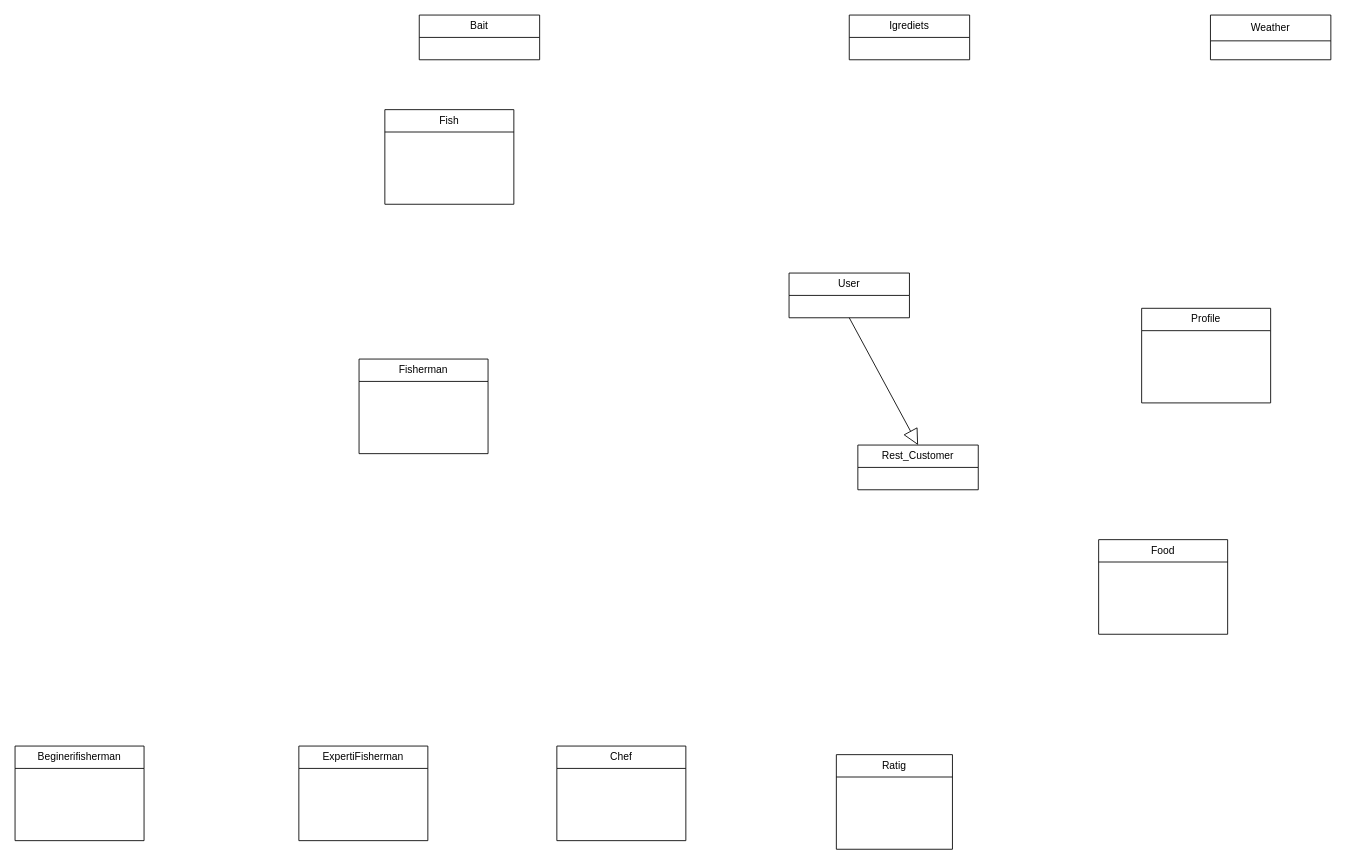
This is domain model - kostas.drawio from TMCEID/SoftEngFishApp, a draw.io file, before an edit. Source tidied: cells renumbered, new cells numbered last; positions are measured from the earlier drawing's top-left corner, leaving out a move shared by most shapes. Both pictures are drawn from the tidied source at 86%, with x=0, y=0 at pixel (15, 15).
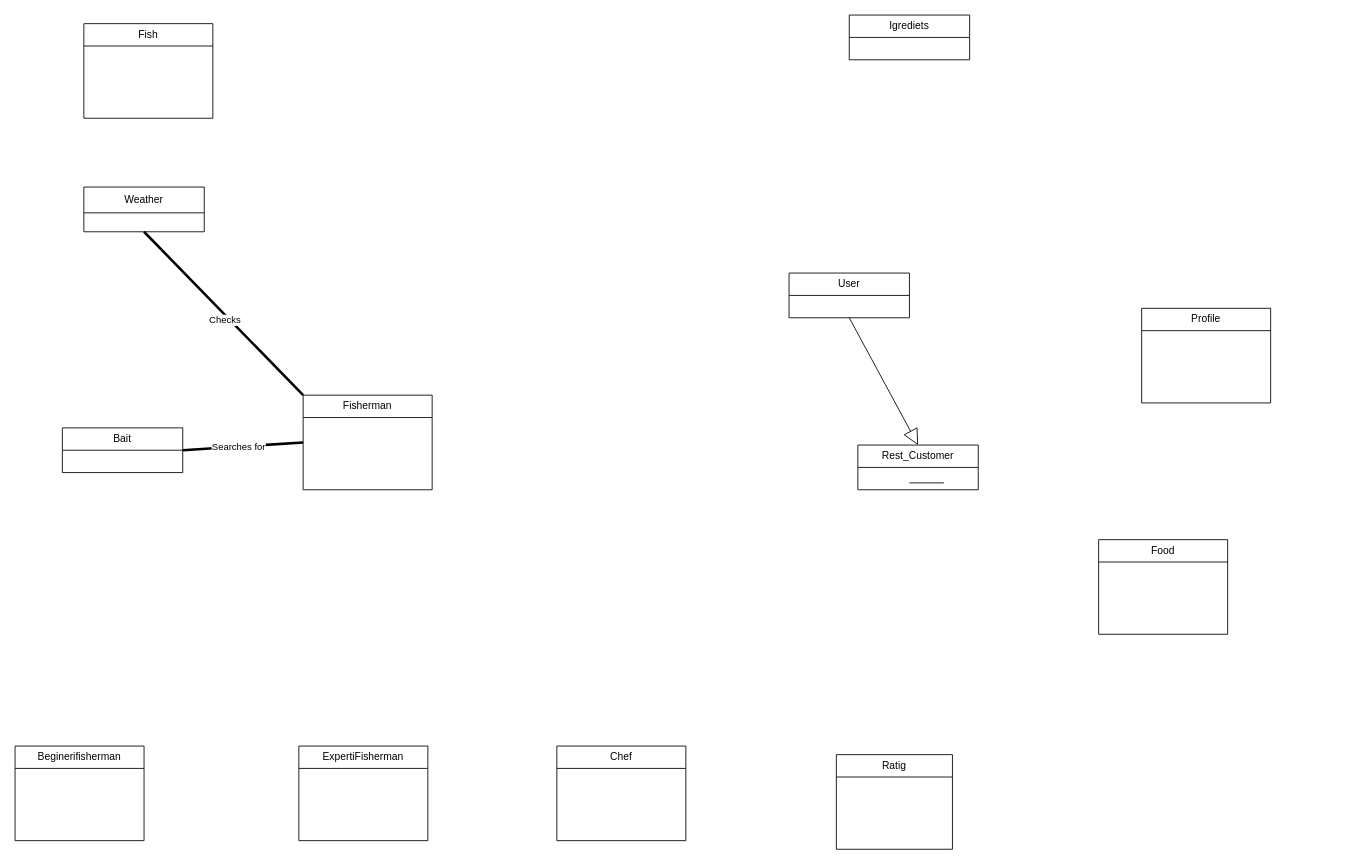
The same diagram, later.

Change to the diagram source:
```diff
@@
     <mxCell id="5" value="Bait" style="swimlane;fontStyle=0;horizontal=1;startSize=26;fillColor=none;whiteSpace=wrap;html=1;" parent="1" vertex="1">
-      <mxGeometry x="470" width="140" height="52" as="geometry" />
+      <mxGeometry x="55" y="480" width="140" height="52" as="geometry" />
     </mxCell>
@@
     <mxCell id="7" value="Fish" style="swimlane;fontStyle=0;horizontal=1;startSize=26;fillColor=none;whiteSpace=wrap;html=1;" parent="1" vertex="1">
-      <mxGeometry x="430" y="110" width="150" height="110" as="geometry" />
+      <mxGeometry x="80" y="10" width="150" height="110" as="geometry" />
     </mxCell>
@@
     <mxCell id="9" value="Weather" style="swimlane;fontStyle=0;horizontal=1;startSize=30;fillColor=none;whiteSpace=wrap;html=1;" parent="1" vertex="1">
-      <mxGeometry x="1390" width="140" height="52" as="geometry" />
+      <mxGeometry x="80" y="200" width="140" height="52" as="geometry" />
     </mxCell>
@@
     <mxCell id="12" value="Fisherman" style="swimlane;fontStyle=0;horizontal=1;startSize=26;fillColor=none;whiteSpace=wrap;html=1;" parent="1" vertex="1">
-      <mxGeometry x="400" y="400" width="150" height="110" as="geometry" />
+      <mxGeometry x="335" y="442" width="150" height="110" as="geometry" />
     </mxCell>
@@
+    <mxCell id="16" style="line;strokeWidth=1;fillColor=none;align=left;verticalAlign=middle;spacingTop=-1;spacingLeft=3;spacingRight=3;labelPosition=right;strokeColor=inherit;" parent="1" vertex="1">
+      <mxGeometry x="1040" y="540" width="40" height="8" as="geometry" />
+    </mxCell>
+    <mxCell id="17" style="endArrow=none;startArrow=none;endFill=0;startFill=0;endSize=8;html=1;verticalAlign=bottom;labelBackgroundColor=none;strokeWidth=3;rounded=0;entryX=0;entryY=0;entryDx=0;entryDy=0;exitX=0.5;exitY=1;exitDx=0;exitDy=0;" parent="1" edge="1" source="9" target="12">
+      <mxGeometry relative="1" as="geometry" />
+    </mxCell>
+    <mxCell id="18" value="Checks" style="edgeLabel;html=1;align=center;verticalAlign=middle;" parent="17" vertex="1">
+      <mxGeometry x="0.05" y="-5" relative="1" as="geometry">
+        <mxPoint y="-1" as="offset" />
+      </mxGeometry>
+    </mxCell>
+    <mxCell id="19" style="endArrow=none;startArrow=none;endFill=0;startFill=0;endSize=8;html=1;verticalAlign=bottom;labelBackgroundColor=none;strokeWidth=3;rounded=0;entryX=0;entryY=0.5;entryDx=0;entryDy=0;exitX=1;exitY=0.5;exitDx=0;exitDy=0;" parent="1" edge="1" source="5" target="12">
+      <mxGeometry relative="1" as="geometry" />
+    </mxCell>
+    <mxCell id="20" value="Searches for" style="edgeLabel;html=1;align=center;verticalAlign=middle;" parent="19" vertex="1">
+      <mxGeometry x="-0.08" relative="1" as="geometry" />
+    </mxCell>
```
